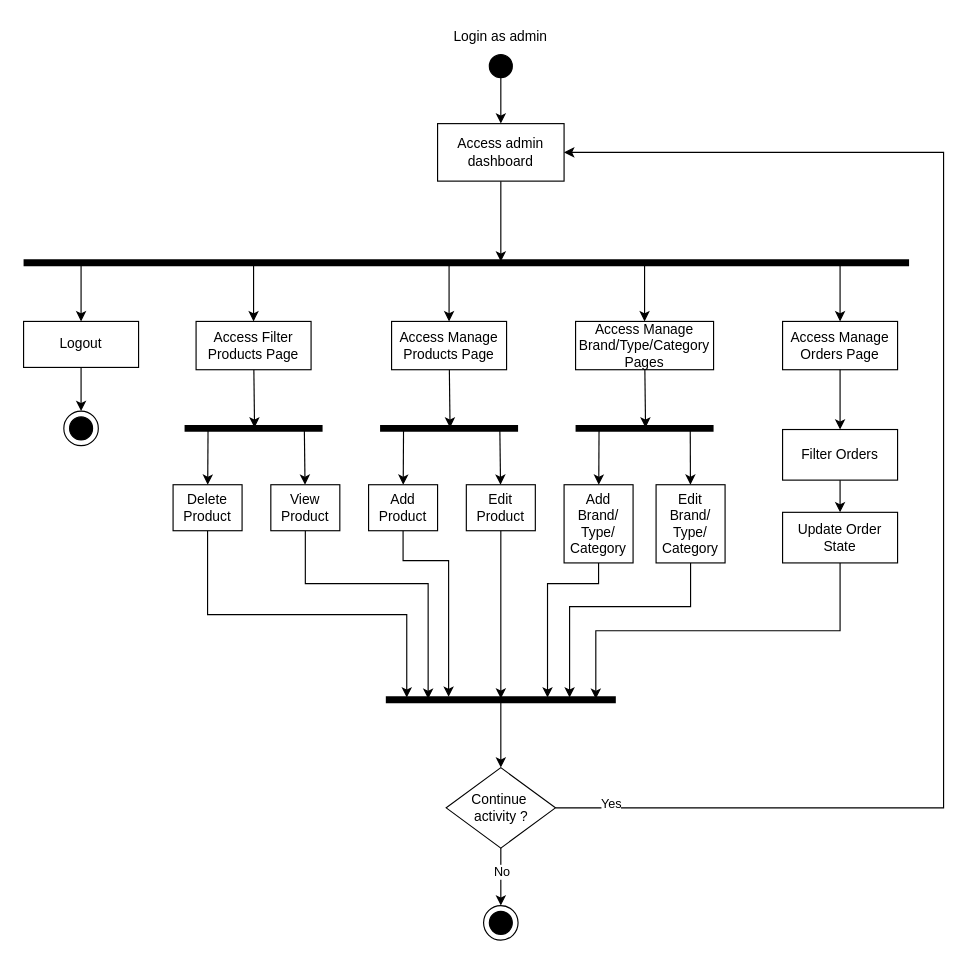
This is diagrame v2/final/activity/Activity diagram_admin.drawio from sergiusergiu1234/licenta, a draw.io file, before an edit. Source tidied: cells renumbered, new cells numbered last; positions are measured from the earlier drawing's top-left corner, leaving out a move shared by most shapes. Both pictures are drawn from the tidied source at 115%, with x=0, y=0 at pixel (23, 20).
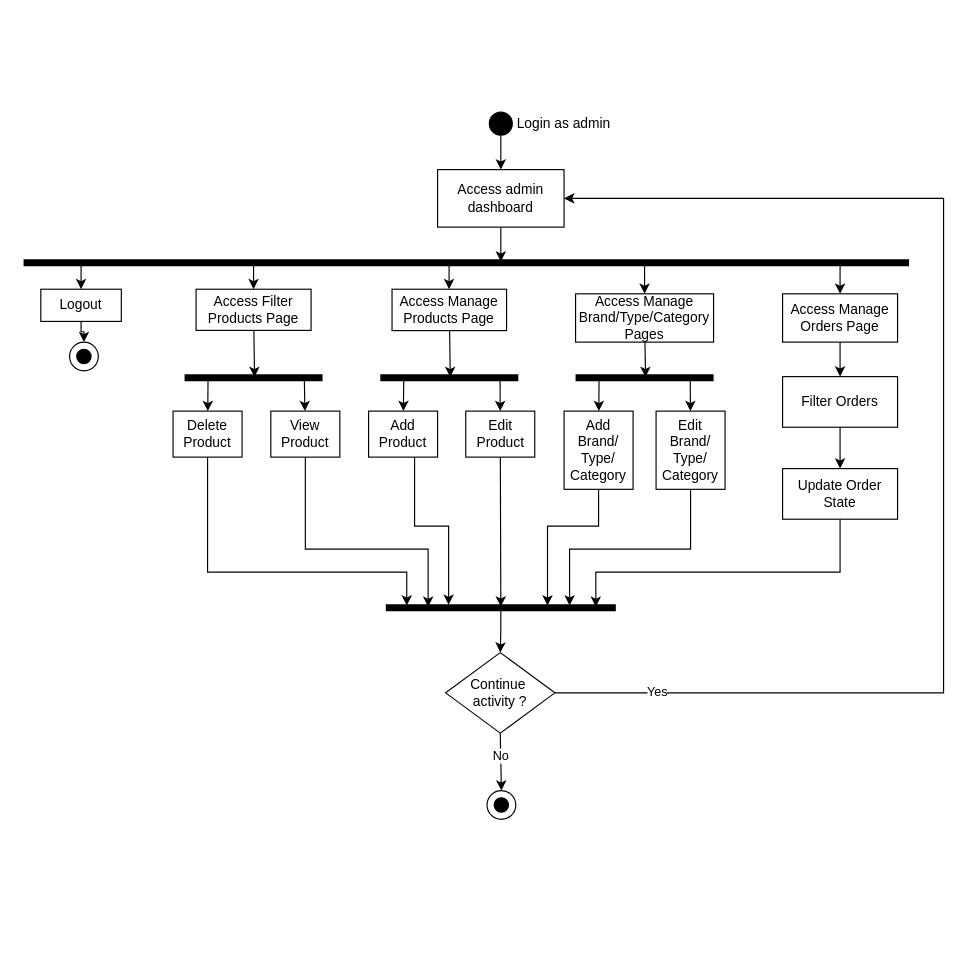
The same diagram, later.

Unchanged cells that the change refers to:
```xml
<mxCell id="57" style="endArrow=classic;html=1;rounded=0;exitX=1;exitY=0.5;exitDx=0;exitDy=0;entryX=1;entryY=0.5;entryDx=0;entryDy=0;edgeStyle=elbowEdgeStyle;" parent="1" edge="1" source="52" target="39">
  <mxGeometry relative="1" as="geometry">
    <Array as="points">
      <mxPoint x="800" y="550" />
      <mxPoint x="830" y="430" />
    </Array>
  </mxGeometry>
</mxCell>
```

Diff of the diagram source:
```diff
@@
     <mxCell id="2" style="ellipse;whiteSpace=wrap;html=1;fillColor=#000000;" parent="1" vertex="1">
-      <mxGeometry x="405" y="30" width="20" height="20" as="geometry" />
+      <mxGeometry x="405" y="80" width="20" height="20" as="geometry" />
     </mxCell>
     <mxCell id="3" value="Login as admin" style="text;html=1;strokeColor=none;fillColor=none;align=center;verticalAlign=middle;whiteSpace=wrap;rounded=0;" parent="1" vertex="1">
-      <mxGeometry x="350" width="130" height="30" as="geometry" />
+      <mxGeometry x="405" y="75" width="130" height="30" as="geometry" />
     </mxCell>
@@
     <mxCell id="6" value="Logout" style="rounded=0;whiteSpace=wrap;html=1;fillColor=#FFFFFF;" parent="1" vertex="1">
-      <mxGeometry y="262" width="100" height="40" as="geometry" />
+      <mxGeometry x="15" y="234" width="70" height="28" as="geometry" />
     </mxCell>
@@
     <mxCell id="9" value="Access Filter&lt;br&gt;Products Page" style="rounded=0;whiteSpace=wrap;html=1;fillColor=#FFFFFF;" parent="1" vertex="1">
-      <mxGeometry x="150" y="262" width="100" height="42" as="geometry" />
+      <mxGeometry x="150" y="234" width="100" height="35.8" as="geometry" />
     </mxCell>
@@
     <mxCell id="11" style="edgeStyle=elbowEdgeStyle;rounded=0;jettySize=auto;html=1;entryX=0.091;entryY=-0.483;entryDx=0;entryDy=0;entryPerimeter=0;elbow=vertical;" parent="1" edge="1" source="12" target="47">
-      <mxGeometry relative="1" as="geometry" />
+      <mxGeometry relative="1" as="geometry">
+        <Array as="points">
+          <mxPoint x="280" y="480" />
+        </Array>
+      </mxGeometry>
     </mxCell>
     <mxCell id="12" value="Delete Product" style="rounded=0;whiteSpace=wrap;html=1;" parent="1" vertex="1">
-      <mxGeometry x="130" y="404" width="60" height="40" as="geometry" />
+      <mxGeometry x="130" y="340" width="60" height="40" as="geometry" />
     </mxCell>
@@
     <mxCell id="14" style="edgeStyle=elbowEdgeStyle;rounded=0;jettySize=auto;html=1;entryX=0.184;entryY=0.069;entryDx=0;entryDy=0;entryPerimeter=0;elbow=vertical;" parent="1" edge="1" source="15" target="47">
       <mxGeometry relative="1" as="geometry">
         <Array as="points">
-          <mxPoint x="300" y="490" />
+          <mxPoint x="310" y="460" />
         </Array>
       </mxGeometry>
     </mxCell>
     <mxCell id="15" value="View&lt;br&gt;Product" style="rounded=0;whiteSpace=wrap;html=1;" parent="1" vertex="1">
-      <mxGeometry x="215" y="404" width="60" height="40" as="geometry" />
+      <mxGeometry x="215" y="340" width="60" height="40" as="geometry" />
     </mxCell>
     <mxCell id="16" style="line;strokeWidth=6;fillColor=none;align=left;verticalAlign=middle;spacingTop=-1;spacingLeft=3;spacingRight=3;labelPosition=right;points=[];portConstraint=eastwest;strokeColor=#000000;fontStyle=1;" parent="1" vertex="1">
-      <mxGeometry x="140" y="354" width="120" height="2" as="geometry" />
+      <mxGeometry x="140" y="310" width="120" height="2" as="geometry" />
     </mxCell>
@@
     <mxCell id="19" value="Access Manage&lt;br&gt;Products Page" style="rounded=0;whiteSpace=wrap;html=1;fillColor=#FFFFFF;" parent="1" vertex="1">
-      <mxGeometry x="320" y="262" width="100" height="42" as="geometry" />
+      <mxGeometry x="320.4" y="234" width="99.6" height="36" as="geometry" />
     </mxCell>
@@
     <mxCell id="21" style="edgeStyle=elbowEdgeStyle;rounded=0;jettySize=auto;html=1;entryX=0.273;entryY=-0.759;entryDx=0;entryDy=0;entryPerimeter=0;elbow=vertical;" parent="1" edge="1" source="22" target="47">
       <mxGeometry relative="1" as="geometry">
         <Array as="points">
-          <mxPoint x="330" y="470" />
+          <mxPoint x="340" y="440" />
         </Array>
       </mxGeometry>
     </mxCell>
     <mxCell id="22" value="Add Product" style="rounded=0;whiteSpace=wrap;html=1;" parent="1" vertex="1">
-      <mxGeometry x="300" y="404" width="60" height="40" as="geometry" />
+      <mxGeometry x="300" y="340" width="60" height="40" as="geometry" />
     </mxCell>
@@
     <mxCell id="25" value="Edit&lt;br&gt;Product" style="rounded=0;whiteSpace=wrap;html=1;" parent="1" vertex="1">
-      <mxGeometry x="385" y="404" width="60" height="40" as="geometry" />
+      <mxGeometry x="384.5" y="340" width="60" height="40" as="geometry" />
     </mxCell>
     <mxCell id="26" style="line;strokeWidth=6;fillColor=none;align=left;verticalAlign=middle;spacingTop=-1;spacingLeft=3;spacingRight=3;labelPosition=right;points=[];portConstraint=eastwest;strokeColor=#000000;fontStyle=1;" parent="1" vertex="1">
-      <mxGeometry x="310" y="354" width="120" height="2" as="geometry" />
+      <mxGeometry x="310.2" y="310" width="120" height="2" as="geometry" />
     </mxCell>
@@
     <mxCell id="29" value="Access Manage&lt;br&gt;Brand/Type/Category Pages" style="rounded=0;whiteSpace=wrap;html=1;fillColor=#FFFFFF;" parent="1" vertex="1">
-      <mxGeometry x="480" y="262" width="120" height="42" as="geometry" />
+      <mxGeometry x="480" y="238" width="120" height="42" as="geometry" />
     </mxCell>
@@
     <mxCell id="31" style="edgeStyle=elbowEdgeStyle;rounded=0;jettySize=auto;html=1;entryX=0.703;entryY=-0.483;entryDx=0;entryDy=0;entryPerimeter=0;elbow=vertical;" parent="1" edge="1" source="32" target="47">
       <mxGeometry relative="1" as="geometry">
         <Array as="points">
-          <mxPoint x="500" y="490" />
+          <mxPoint x="500" y="440" />
         </Array>
       </mxGeometry>
     </mxCell>
     <mxCell id="32" value="Add&lt;br&gt;Brand/&lt;br&gt;Type/&lt;br&gt;Category" style="rounded=0;whiteSpace=wrap;html=1;" parent="1" vertex="1">
-      <mxGeometry x="470" y="404" width="60" height="68" as="geometry" />
+      <mxGeometry x="470" y="340" width="60" height="68" as="geometry" />
     </mxCell>
     <mxCell id="33" style="line;strokeWidth=6;fillColor=none;align=left;verticalAlign=middle;spacingTop=-1;spacingLeft=3;spacingRight=3;labelPosition=right;points=[];portConstraint=eastwest;strokeColor=#000000;fontStyle=1;" parent="1" vertex="1">
-      <mxGeometry x="480" y="354" width="120" height="2" as="geometry" />
+      <mxGeometry x="480" y="310" width="120" height="2" as="geometry" />
     </mxCell>
@@
     <mxCell id="35" style="edgeStyle=elbowEdgeStyle;rounded=0;jettySize=auto;html=1;entryX=0.799;entryY=-0.483;entryDx=0;entryDy=0;entryPerimeter=0;elbow=vertical;" parent="1" edge="1" source="36" target="47">
       <mxGeometry relative="1" as="geometry">
         <Array as="points">
-          <mxPoint x="520" y="510" />
+          <mxPoint x="530" y="460" />
         </Array>
       </mxGeometry>
     </mxCell>
     <mxCell id="36" value="Edit&lt;br&gt;Brand/&lt;br&gt;Type/&lt;br&gt;Category" style="rounded=0;whiteSpace=wrap;html=1;" parent="1" vertex="1">
-      <mxGeometry x="550" y="404" width="60" height="68" as="geometry" />
+      <mxGeometry x="550" y="340" width="60" height="68" as="geometry" />
     </mxCell>
@@
     <mxCell id="39" value="Access admin dashboard" style="rounded=0;whiteSpace=wrap;html=1;" parent="1" vertex="1">
-      <mxGeometry x="360" y="90" width="110" height="50" as="geometry" />
+      <mxGeometry x="360" y="130" width="110" height="50" as="geometry" />
     </mxCell>
@@
     <mxCell id="41" value="Access Manage&lt;br&gt;Orders Page" style="rounded=0;whiteSpace=wrap;html=1;fillColor=#FFFFFF;" parent="1" vertex="1">
-      <mxGeometry x="660" y="262" width="100" height="42" as="geometry" />
+      <mxGeometry x="660" y="238" width="100" height="42" as="geometry" />
     </mxCell>
@@
     <mxCell id="43" value="Filter Orders" style="rounded=0;whiteSpace=wrap;html=1;" parent="1" vertex="1">
-      <mxGeometry x="660" y="356" width="100" height="44" as="geometry" />
+      <mxGeometry x="660" y="310" width="100" height="44" as="geometry" />
     </mxCell>
@@
     <mxCell id="45" style="edgeStyle=elbowEdgeStyle;rounded=0;jettySize=auto;html=1;entryX=0.913;entryY=0.069;entryDx=0;entryDy=0;entryPerimeter=0;elbow=vertical;" parent="1" edge="1" source="46" target="47">
-      <mxGeometry relative="1" as="geometry" />
+      <mxGeometry relative="1" as="geometry">
+        <Array as="points">
+          <mxPoint x="570" y="480" />
+        </Array>
+      </mxGeometry>
     </mxCell>
     <mxCell id="46" value="Update Order State" style="rounded=0;whiteSpace=wrap;html=1;" parent="1" vertex="1">
-      <mxGeometry x="660" y="428" width="100" height="44" as="geometry" />
+      <mxGeometry x="660" y="390" width="100" height="44" as="geometry" />
     </mxCell>
     <mxCell id="47" style="line;strokeWidth=6;fillColor=none;align=left;verticalAlign=middle;spacingTop=-1;spacingLeft=3;spacingRight=3;labelPosition=right;points=[];portConstraint=eastwest;strokeColor=#000000;fontStyle=1;" parent="1" vertex="1">
-      <mxGeometry x="315" y="590" width="200" height="2" as="geometry" />
+      <mxGeometry x="315" y="510" width="200" height="2" as="geometry" />
     </mxCell>
@@
     <mxCell id="49" style="ellipse;whiteSpace=wrap;html=1;fillColor=#FFFFFF;" parent="1" vertex="1">
-      <mxGeometry x="35" y="340" width="30" height="30" as="geometry" />
+      <mxGeometry x="40" y="280" width="25" height="25" as="geometry" />
     </mxCell>
-    <mxCell id="50" style="edgeStyle=elbowEdgeStyle;rounded=0;jettySize=auto;elbow=vertical;html=1;" parent="1" edge="1" source="6">
+    <mxCell id="50" style="edgeStyle=elbowEdgeStyle;rounded=0;jettySize=auto;elbow=vertical;html=1;entryX=0.5;entryY=0;entryDx=0;entryDy=0;" parent="1" edge="1" source="6" target="49">
       <mxGeometry relative="1" as="geometry">
-        <mxPoint x="50" y="340" as="targetPoint" />
+        <Array as="points">
+          <mxPoint x="50" y="271" />
+        </Array>
       </mxGeometry>
     </mxCell>
     <mxCell id="51" style="ellipse;whiteSpace=wrap;html=1;fillColor=#000000;" parent="1" vertex="1">
-      <mxGeometry x="40" y="345" width="20" height="20" as="geometry" />
+      <mxGeometry x="46.2" y="286.2" width="12.5" height="12.5" as="geometry" />
     </mxCell>
     <mxCell id="52" value="Continue&amp;nbsp;&lt;br&gt;activity ?" style="rhombus;whiteSpace=wrap;html=1;fillColor=#FFFFFF;" parent="1" vertex="1">
-      <mxGeometry x="367.5" y="650" width="95" height="70" as="geometry" />
+      <mxGeometry x="367" y="550" width="95" height="70" as="geometry" />
     </mxCell>
-    <mxCell id="53" style="endArrow=classic;html=1;rounded=0;exitX=0.5;exitY=1;exitDx=0;exitDy=0;entryX=0.5;entryY=0;entryDx=0;entryDy=0;" parent="1" edge="1" source="52" target="55">
+    <mxCell id="53" style="endArrow=classic;html=1;rounded=0;exitX=0.5;exitY=1;exitDx=0;exitDy=0;entryX=0.5;entryY=0;entryDx=0;entryDy=0;" parent="1" edge="1" source="52" target="59">
       <mxGeometry relative="1" as="geometry" />
     </mxCell>
@@
-    <mxCell id="55" style="ellipse;whiteSpace=wrap;html=1;fillColor=#FFFFFF;" parent="1" vertex="1">
-      <mxGeometry x="400" y="770" width="30" height="30" as="geometry" />
-    </mxCell>
-    <mxCell id="56" style="ellipse;whiteSpace=wrap;html=1;fillColor=#000000;" parent="1" vertex="1">
-      <mxGeometry x="405" y="775" width="20" height="20" as="geometry" />
-    </mxCell>
@@
     <mxCell id="58" value="Yes" style="edgeLabel;html=1;align=center;verticalAlign=middle;" parent="57" vertex="1">
       <mxGeometry x="-0.27" y="-1" relative="1" as="geometry">
-        <mxPoint x="-291" y="111" as="offset" />
+        <mxPoint x="-251" y="61" as="offset" />
       </mxGeometry>
     </mxCell>
+    <mxCell id="59" style="ellipse;whiteSpace=wrap;html=1;fillColor=#FFFFFF;" parent="1" vertex="1">
+      <mxGeometry x="403" y="670" width="25" height="25" as="geometry" />
+    </mxCell>
+    <mxCell id="60" style="ellipse;whiteSpace=wrap;html=1;fillColor=#000000;" parent="1" vertex="1">
+      <mxGeometry x="409.2" y="676.2" width="12.5" height="12.5" as="geometry" />
+    </mxCell>
```
